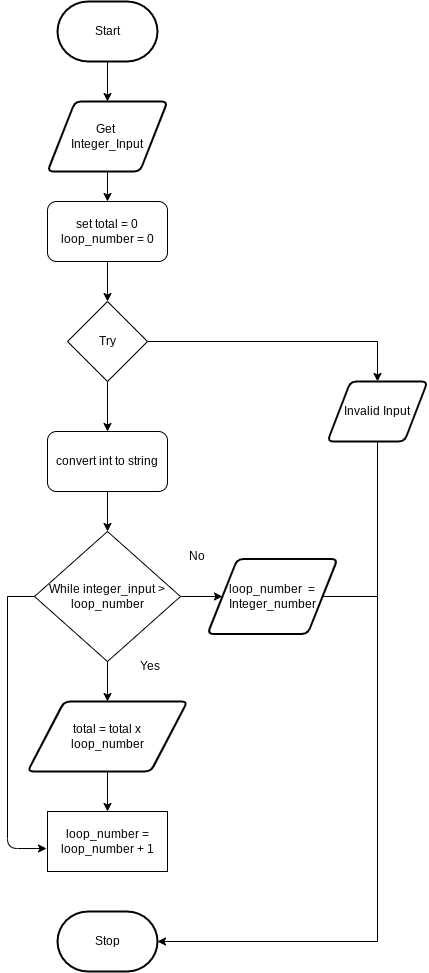
The draw.io diagram Drawio/FlowChart.png in JacksonNaufal/ICS3U-Unit4-02-Python, before a commit. Source tidied: cells renumbered, new cells last; positions are measured from the earlier drawing's top-left corner, leaving out a move shared by most shapes. The source it was exported from:
```xml
<mxGraphModel>
  <root>
    <mxCell id="0" />
    <mxCell id="1" parent="0" />
    <mxCell id="2" style="edgeStyle=none;rounded=0;html=1;" parent="1" edge="1" source="3" target="13">
      <mxGeometry relative="1" as="geometry" />
    </mxCell>
    <mxCell id="3" value="Start" style="strokeWidth=2;html=1;shape=mxgraph.flowchart.terminator;whiteSpace=wrap;" parent="1" vertex="1">
      <mxGeometry x="50" width="100" height="60" as="geometry" />
    </mxCell>
    <mxCell id="4" value="Stop" style="strokeWidth=2;html=1;shape=mxgraph.flowchart.terminator;whiteSpace=wrap;rounded=1;" parent="1" vertex="1">
      <mxGeometry x="50" y="910" width="100" height="60" as="geometry" />
    </mxCell>
    <mxCell id="5" style="edgeStyle=none;html=1;" parent="1" edge="1" source="7" target="11">
      <mxGeometry relative="1" as="geometry" />
    </mxCell>
    <mxCell id="6" style="edgeStyle=none;html=1;entryX=0.5;entryY=0;entryDx=0;entryDy=0;rounded=0;" parent="1" edge="1" source="7" target="9">
      <mxGeometry relative="1" as="geometry">
        <Array as="points">
          <mxPoint x="370" y="340" />
        </Array>
      </mxGeometry>
    </mxCell>
    <mxCell id="7" value="Try" style="rhombus;whiteSpace=wrap;html=1;" parent="1" vertex="1">
      <mxGeometry x="60" y="300" width="80" height="80" as="geometry" />
    </mxCell>
    <mxCell id="8" style="edgeStyle=none;rounded=0;html=1;entryX=1;entryY=0.5;entryDx=0;entryDy=0;entryPerimeter=0;" parent="1" edge="1" source="9" target="4">
      <mxGeometry relative="1" as="geometry">
        <Array as="points">
          <mxPoint x="370" y="940" />
        </Array>
      </mxGeometry>
    </mxCell>
    <mxCell id="9" value="Invalid Input" style="shape=parallelogram;html=1;strokeWidth=2;perimeter=parallelogramPerimeter;whiteSpace=wrap;rounded=1;arcSize=12;size=0.23;" parent="1" vertex="1">
      <mxGeometry x="320" y="380" width="100" height="60" as="geometry" />
    </mxCell>
    <mxCell id="10" style="edgeStyle=none;rounded=0;html=1;" parent="1" edge="1" source="11" target="20">
      <mxGeometry relative="1" as="geometry" />
    </mxCell>
    <mxCell id="11" value="convert int to string" style="rounded=1;whiteSpace=wrap;html=1;" parent="1" vertex="1">
      <mxGeometry x="40" y="430" width="120" height="60" as="geometry" />
    </mxCell>
    <mxCell id="12" style="edgeStyle=none;rounded=0;html=1;" parent="1" edge="1" source="13" target="15">
      <mxGeometry relative="1" as="geometry" />
    </mxCell>
    <mxCell id="13" value="Get &lt;br&gt;Integer_Input" style="shape=parallelogram;html=1;strokeWidth=2;perimeter=parallelogramPerimeter;whiteSpace=wrap;rounded=1;arcSize=12;size=0.23;" parent="1" vertex="1">
      <mxGeometry x="40" y="100" width="120" height="70" as="geometry" />
    </mxCell>
    <mxCell id="14" style="edgeStyle=none;rounded=0;html=1;" parent="1" edge="1" source="15" target="7">
      <mxGeometry relative="1" as="geometry" />
    </mxCell>
    <mxCell id="15" value="set total = 0&lt;br&gt;loop_number = 0" style="rounded=1;whiteSpace=wrap;html=1;" parent="1" vertex="1">
      <mxGeometry x="40" y="200" width="120" height="60" as="geometry" />
    </mxCell>
    <mxCell id="16" style="edgeStyle=none;rounded=0;html=1;" parent="1" edge="1" source="20" target="22">
      <mxGeometry relative="1" as="geometry" />
    </mxCell>
    <mxCell id="17" style="edgeStyle=none;rounded=0;html=1;" parent="1" edge="1" source="20" target="27">
      <mxGeometry relative="1" as="geometry" />
    </mxCell>
    <mxCell id="18" style="edgeStyle=none;html=1;entryX=-0.008;entryY=0.617;entryDx=0;entryDy=0;entryPerimeter=0;" parent="1" edge="1" target="23">
      <mxGeometry relative="1" as="geometry">
        <mxPoint y="595" as="sourcePoint" />
        <Array as="points">
          <mxPoint y="847" />
        </Array>
      </mxGeometry>
    </mxCell>
    <mxCell id="19" style="edgeStyle=none;html=1;endArrow=none;endFill=0;" parent="1" edge="1" source="20">
      <mxGeometry relative="1" as="geometry">
        <mxPoint y="595" as="targetPoint" />
      </mxGeometry>
    </mxCell>
    <mxCell id="20" value="While integer_input &amp;gt; loop_number" style="rhombus;whiteSpace=wrap;html=1;" parent="1" vertex="1">
      <mxGeometry x="27" y="530" width="146" height="130" as="geometry" />
    </mxCell>
    <mxCell id="21" style="edgeStyle=none;rounded=0;html=1;" parent="1" edge="1" source="22" target="23">
      <mxGeometry relative="1" as="geometry" />
    </mxCell>
    <mxCell id="22" value="total = total x&lt;br&gt;loop_number" style="shape=parallelogram;html=1;strokeWidth=2;perimeter=parallelogramPerimeter;whiteSpace=wrap;rounded=1;arcSize=12;size=0.23;" parent="1" vertex="1">
      <mxGeometry x="20" y="700" width="160" height="70" as="geometry" />
    </mxCell>
    <mxCell id="23" value="loop_number = loop_number + 1" style="rounded=0;whiteSpace=wrap;html=1;" parent="1" vertex="1">
      <mxGeometry x="40" y="810" width="120" height="60" as="geometry" />
    </mxCell>
    <mxCell id="24" value="Yes&lt;br&gt;" style="text;html=1;strokeColor=none;fillColor=none;align=center;verticalAlign=middle;whiteSpace=wrap;rounded=0;" parent="1" vertex="1">
      <mxGeometry x="113" y="650" width="60" height="30" as="geometry" />
    </mxCell>
    <mxCell id="25" value="No" style="text;html=1;strokeColor=none;fillColor=none;align=center;verticalAlign=middle;whiteSpace=wrap;rounded=0;" parent="1" vertex="1">
      <mxGeometry x="160" y="540" width="60" height="30" as="geometry" />
    </mxCell>
    <mxCell id="26" style="edgeStyle=none;rounded=0;html=1;endArrow=none;endFill=0;" parent="1" edge="1" source="27">
      <mxGeometry relative="1" as="geometry">
        <mxPoint x="370" y="595" as="targetPoint" />
      </mxGeometry>
    </mxCell>
    <mxCell id="27" value="loop_number&amp;nbsp; =&lt;br&gt;Integer_number" style="shape=parallelogram;html=1;strokeWidth=2;perimeter=parallelogramPerimeter;whiteSpace=wrap;rounded=1;arcSize=12;size=0.23;" parent="1" vertex="1">
      <mxGeometry x="200" y="557.5" width="130" height="75" as="geometry" />
    </mxCell>
  </root>
</mxGraphModel>
```
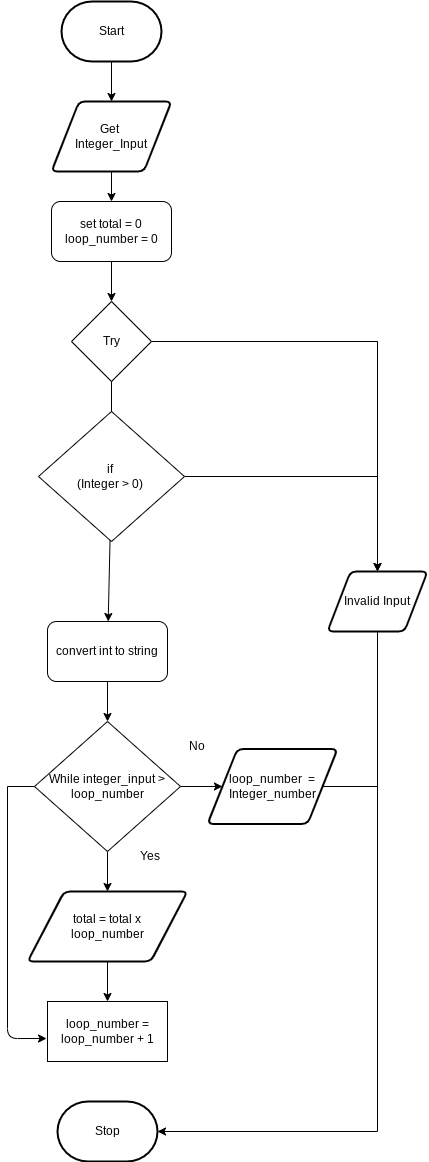
After the change.

Diff of the diagram source:
```diff
@@ -6,23 +6,24 @@
       <mxGeometry relative="1" as="geometry" />
     </mxCell>
     <mxCell id="3" value="Start" style="strokeWidth=2;html=1;shape=mxgraph.flowchart.terminator;whiteSpace=wrap;" parent="1" vertex="1">
-      <mxGeometry x="50" width="100" height="60" as="geometry" />
+      <mxGeometry x="54" y="-190" width="100" height="60" as="geometry" />
     </mxCell>
     <mxCell id="4" value="Stop" style="strokeWidth=2;html=1;shape=mxgraph.flowchart.terminator;whiteSpace=wrap;rounded=1;" parent="1" vertex="1">
       <mxGeometry x="50" y="910" width="100" height="60" as="geometry" />
     </mxCell>
-    <mxCell id="5" style="edgeStyle=none;html=1;" parent="1" edge="1" source="7" target="11">
+    <mxCell id="5" style="edgeStyle=none;html=1;startArrow=none;" parent="1" edge="1" source="29" target="11">
       <mxGeometry relative="1" as="geometry" />
     </mxCell>
     <mxCell id="6" style="edgeStyle=none;html=1;entryX=0.5;entryY=0;entryDx=0;entryDy=0;rounded=0;" parent="1" edge="1" source="7" target="9">
       <mxGeometry relative="1" as="geometry">
         <Array as="points">
+          <mxPoint x="370" y="150" />
           <mxPoint x="370" y="340" />
         </Array>
       </mxGeometry>
     </mxCell>
     <mxCell id="7" value="Try" style="rhombus;whiteSpace=wrap;html=1;" parent="1" vertex="1">
-      <mxGeometry x="60" y="300" width="80" height="80" as="geometry" />
+      <mxGeometry x="64" y="110" width="80" height="80" as="geometry" />
     </mxCell>
     <mxCell id="8" style="edgeStyle=none;rounded=0;html=1;entryX=1;entryY=0.5;entryDx=0;entryDy=0;entryPerimeter=0;" parent="1" edge="1" source="9" target="4">
       <mxGeometry relative="1" as="geometry">
@@ -44,13 +45,13 @@
       <mxGeometry relative="1" as="geometry" />
     </mxCell>
     <mxCell id="13" value="Get &lt;br&gt;Integer_Input" style="shape=parallelogram;html=1;strokeWidth=2;perimeter=parallelogramPerimeter;whiteSpace=wrap;rounded=1;arcSize=12;size=0.23;" parent="1" vertex="1">
-      <mxGeometry x="40" y="100" width="120" height="70" as="geometry" />
+      <mxGeometry x="44" y="-90" width="120" height="70" as="geometry" />
     </mxCell>
     <mxCell id="14" style="edgeStyle=none;rounded=0;html=1;" parent="1" edge="1" source="15" target="7">
       <mxGeometry relative="1" as="geometry" />
     </mxCell>
     <mxCell id="15" value="set total = 0&lt;br&gt;loop_number = 0" style="rounded=1;whiteSpace=wrap;html=1;" parent="1" vertex="1">
-      <mxGeometry x="40" y="200" width="120" height="60" as="geometry" />
+      <mxGeometry x="44" y="10" width="120" height="60" as="geometry" />
     </mxCell>
     <mxCell id="16" style="edgeStyle=none;rounded=0;html=1;" parent="1" edge="1" source="20" target="22">
       <mxGeometry relative="1" as="geometry" />
@@ -97,5 +98,18 @@
     <mxCell id="27" value="loop_number&amp;nbsp; =&lt;br&gt;Integer_number" style="shape=parallelogram;html=1;strokeWidth=2;perimeter=parallelogramPerimeter;whiteSpace=wrap;rounded=1;arcSize=12;size=0.23;" parent="1" vertex="1">
       <mxGeometry x="200" y="557.5" width="130" height="75" as="geometry" />
     </mxCell>
+    <mxCell id="28" style="edgeStyle=none;html=1;entryX=0.5;entryY=0;entryDx=0;entryDy=0;exitX=1;exitY=0.5;exitDx=0;exitDy=0;rounded=0;" parent="1" edge="1" source="29" target="9">
+      <mxGeometry relative="1" as="geometry">
+        <Array as="points">
+          <mxPoint x="370" y="285" />
+        </Array>
+      </mxGeometry>
+    </mxCell>
+    <mxCell id="29" value="if&amp;nbsp;&lt;br&gt;(Integer &amp;gt; 0)&amp;nbsp;" style="rhombus;whiteSpace=wrap;html=1;" parent="1" vertex="1">
+      <mxGeometry x="31" y="220" width="146" height="130" as="geometry" />
+    </mxCell>
+    <mxCell id="30" style="edgeStyle=none;html=1;endArrow=none;" parent="1" edge="1" source="7" target="29">
+      <mxGeometry relative="1" as="geometry" />
+    </mxCell>
   </root>
 </mxGraphModel>
```
